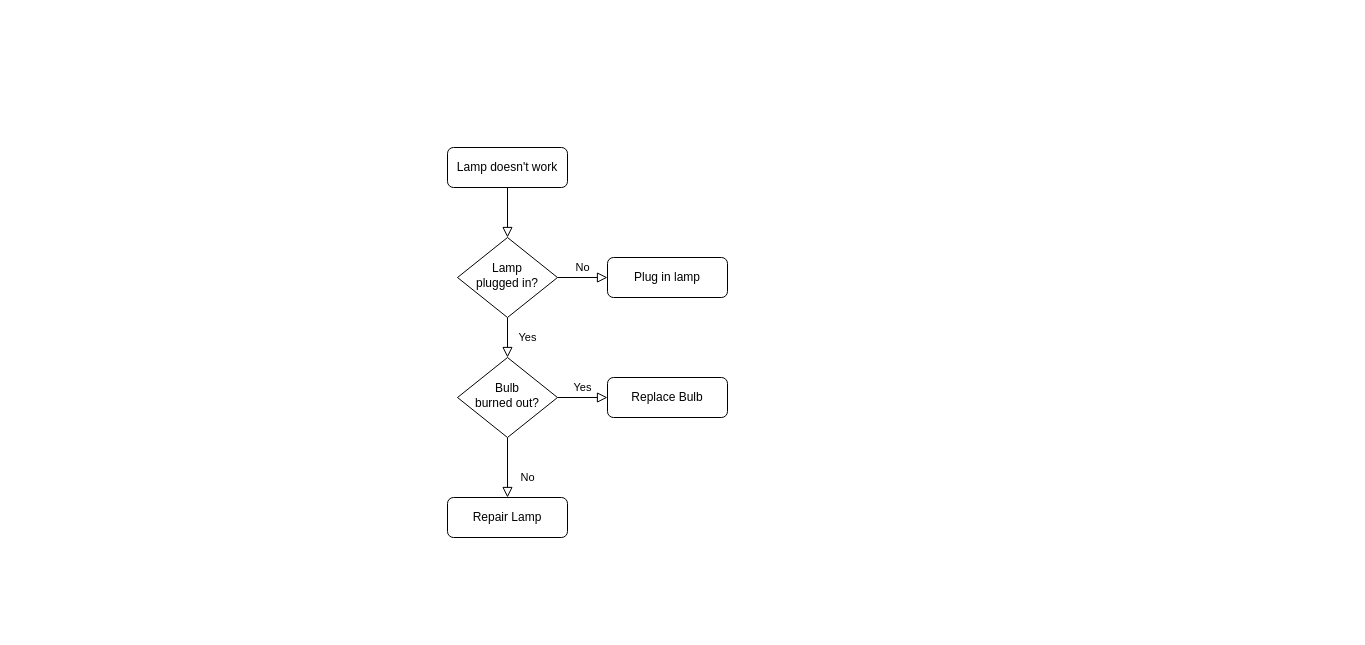
Before: TEMP/未命名绘图.drawio in net592/SwordCode, a draw.io diagram. Source tidied: cells renumbered, new cells numbered last; positions are measured from the earlier drawing's top-left corner, leaving out a move shared by most shapes. Both pictures are drawn from the tidied source at 100%, with x=0, y=0 at pixel (447, 147).
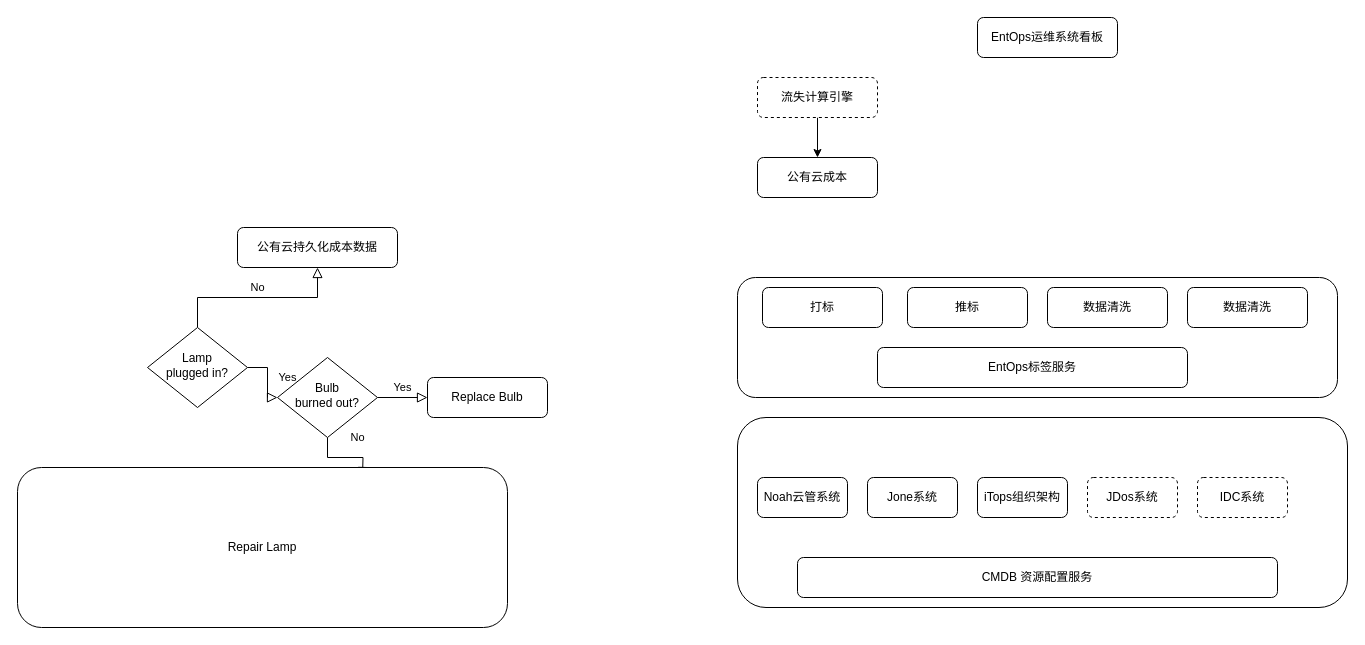
After the change.

Change to the diagram source:
```diff
@@
-    <mxCell id="2" style="rounded=0;html=1;jettySize=auto;fontSize=11;endArrow=block;endFill=0;endSize=8;strokeWidth=1;shadow=0;labelBackgroundColor=none;edgeStyle=orthogonalEdgeStyle;" parent="1" edge="1" source="3" target="6">
-      <mxGeometry relative="1" as="geometry" />
-    </mxCell>
+    <mxCell id="13" style="rounded=1;whiteSpace=wrap;html=1;" parent="1" vertex="1">
+      <mxGeometry x="290" y="270" width="610" height="190" as="geometry" />
+    </mxCell>
-    <mxCell id="3" value="Lamp doesn't work" style="rounded=1;whiteSpace=wrap;html=1;fontSize=12;glass=0;strokeWidth=1;shadow=0;" parent="1" vertex="1">
-      <mxGeometry width="120" height="40" as="geometry" />
+    <mxCell id="3" value="EntOps运维系统看板" style="rounded=1;whiteSpace=wrap;html=1;fontSize=12;glass=0;strokeWidth=1;shadow=0;" parent="1" vertex="1">
+      <mxGeometry x="530" y="-130" width="140" height="40" as="geometry" />
     </mxCell>
@@
     <mxCell id="6" value="Lamp&lt;br&gt;plugged in?" style="rhombus;whiteSpace=wrap;html=1;shadow=0;fontFamily=Helvetica;fontSize=12;align=center;strokeWidth=1;spacing=6;spacingTop=-4;" parent="1" vertex="1">
-      <mxGeometry x="10" y="90" width="100" height="80" as="geometry" />
+      <mxGeometry x="-300" y="180" width="100" height="80" as="geometry" />
     </mxCell>
-    <mxCell id="7" value="Plug in lamp" style="rounded=1;whiteSpace=wrap;html=1;fontSize=12;glass=0;strokeWidth=1;shadow=0;" parent="1" vertex="1">
-      <mxGeometry x="160" y="110" width="120" height="40" as="geometry" />
+    <mxCell id="7" value="公有云持久化成本数据" style="rounded=1;whiteSpace=wrap;html=1;fontSize=12;glass=0;strokeWidth=1;shadow=0;" parent="1" vertex="1">
+      <mxGeometry x="-210" y="80" width="160" height="40" as="geometry" />
     </mxCell>
-    <mxCell id="8" value="No" style="rounded=0;html=1;jettySize=auto;fontSize=11;endArrow=block;endFill=0;endSize=8;strokeWidth=1;shadow=0;labelBackgroundColor=none;edgeStyle=orthogonalEdgeStyle;" parent="1" edge="1" source="10" target="11">
-      <mxGeometry x="0.33" y="20" relative="1" as="geometry" />
+    <mxCell id="8" value="No" style="rounded=0;html=1;jettySize=auto;fontSize=11;endArrow=block;endFill=0;endSize=8;strokeWidth=1;shadow=0;labelBackgroundColor=none;edgeStyle=orthogonalEdgeStyle;" parent="1" edge="1" source="10">
+      <mxGeometry x="0.33" y="20" relative="1" as="geometry">
+        <mxPoint x="-85" y="330" as="targetPoint" />
+      </mxGeometry>
     </mxCell>
@@
     <mxCell id="10" value="Bulb&lt;br&gt;burned out?" style="rhombus;whiteSpace=wrap;html=1;shadow=0;fontFamily=Helvetica;fontSize=12;align=center;strokeWidth=1;spacing=6;spacingTop=-4;" parent="1" vertex="1">
-      <mxGeometry x="10" y="210" width="100" height="80" as="geometry" />
+      <mxGeometry x="-170" y="210" width="100" height="80" as="geometry" />
     </mxCell>
     <mxCell id="11" value="Repair Lamp" style="rounded=1;whiteSpace=wrap;html=1;fontSize=12;glass=0;strokeWidth=1;shadow=0;" parent="1" vertex="1">
-      <mxGeometry y="350" width="120" height="40" as="geometry" />
+      <mxGeometry x="-430" y="320" width="490" height="160" as="geometry" />
     </mxCell>
     <mxCell id="12" value="Replace Bulb" style="rounded=1;whiteSpace=wrap;html=1;fontSize=12;glass=0;strokeWidth=1;shadow=0;" parent="1" vertex="1">
-      <mxGeometry x="160" y="230" width="120" height="40" as="geometry" />
+      <mxGeometry x="-20" y="230" width="120" height="40" as="geometry" />
     </mxCell>
+    <mxCell id="14" value="CMDB 资源配置服务" style="rounded=1;whiteSpace=wrap;html=1;" parent="1" vertex="1">
+      <mxGeometry x="350" y="410" width="480" height="40" as="geometry" />
+    </mxCell>
+    <mxCell id="15" value="Noah云管系统" style="rounded=1;whiteSpace=wrap;html=1;" parent="1" vertex="1">
+      <mxGeometry x="310" y="330" width="90" height="40" as="geometry" />
+    </mxCell>
+    <mxCell id="16" value="Jone系统" style="rounded=1;whiteSpace=wrap;html=1;" parent="1" vertex="1">
+      <mxGeometry x="420" y="330" width="90" height="40" as="geometry" />
+    </mxCell>
+    <mxCell id="17" value="iTops组织架构" style="rounded=1;whiteSpace=wrap;html=1;" parent="1" vertex="1">
+      <mxGeometry x="530" y="330" width="90" height="40" as="geometry" />
+    </mxCell>
+    <mxCell id="18" value="JDos系统" style="rounded=1;whiteSpace=wrap;html=1;dashed=1;" parent="1" vertex="1">
+      <mxGeometry x="640" y="330" width="90" height="40" as="geometry" />
+    </mxCell>
+    <mxCell id="19" value="IDC系统" style="rounded=1;whiteSpace=wrap;html=1;dashed=1;" parent="1" vertex="1">
+      <mxGeometry x="750" y="330" width="90" height="40" as="geometry" />
+    </mxCell>
+    <mxCell id="20" style="rounded=1;whiteSpace=wrap;html=1;fontSize=12;glass=0;strokeWidth=1;shadow=0;" parent="1" vertex="1">
+      <mxGeometry x="290" y="130" width="600" height="120" as="geometry" />
+    </mxCell>
+    <mxCell id="21" value="EntOps标签服务" style="rounded=1;whiteSpace=wrap;html=1;fontSize=12;glass=0;strokeWidth=1;shadow=0;" parent="1" vertex="1">
+      <mxGeometry x="430" y="200" width="310" height="40" as="geometry" />
+    </mxCell>
+    <mxCell id="22" value="公有云成本" style="rounded=1;whiteSpace=wrap;html=1;fontSize=12;glass=0;strokeWidth=1;shadow=0;" parent="1" vertex="1">
+      <mxGeometry x="310" y="10" width="120" height="40" as="geometry" />
+    </mxCell>
+    <mxCell id="23" value="打标" style="rounded=1;whiteSpace=wrap;html=1;fontSize=12;glass=0;strokeWidth=1;shadow=0;" parent="1" vertex="1">
+      <mxGeometry x="315" y="140" width="120" height="40" as="geometry" />
+    </mxCell>
+    <mxCell id="24" value="推标" style="rounded=1;whiteSpace=wrap;html=1;fontSize=12;glass=0;strokeWidth=1;shadow=0;" parent="1" vertex="1">
+      <mxGeometry x="460" y="140" width="120" height="40" as="geometry" />
+    </mxCell>
+    <mxCell id="25" value="数据清洗" style="rounded=1;whiteSpace=wrap;html=1;fontSize=12;glass=0;strokeWidth=1;shadow=0;" parent="1" vertex="1">
+      <mxGeometry x="600" y="140" width="120" height="40" as="geometry" />
+    </mxCell>
+    <mxCell id="26" value="数据清洗" style="rounded=1;whiteSpace=wrap;html=1;fontSize=12;glass=0;strokeWidth=1;shadow=0;" parent="1" vertex="1">
+      <mxGeometry x="740" y="140" width="120" height="40" as="geometry" />
+    </mxCell>
+    <mxCell id="27" style="edgeStyle=orthogonalEdgeStyle;rounded=0;jettySize=auto;html=1;" parent="1" edge="1" source="28" target="22">
+      <mxGeometry relative="1" as="geometry" />
+    </mxCell>
+    <mxCell id="28" value="流失计算引擎" style="rounded=1;whiteSpace=wrap;html=1;fontSize=12;glass=0;strokeWidth=1;shadow=0;dashed=1;" parent="1" vertex="1">
+      <mxGeometry x="310" y="-70" width="120" height="40" as="geometry" />
+    </mxCell>
```
